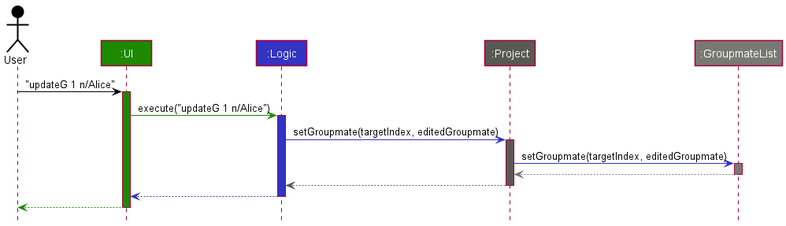
Above: docs/images/UpdateGroupmateCommandSequenceDiagram.png in nus-cs2103-AY2021S2/tp (PlantUML), before the change.
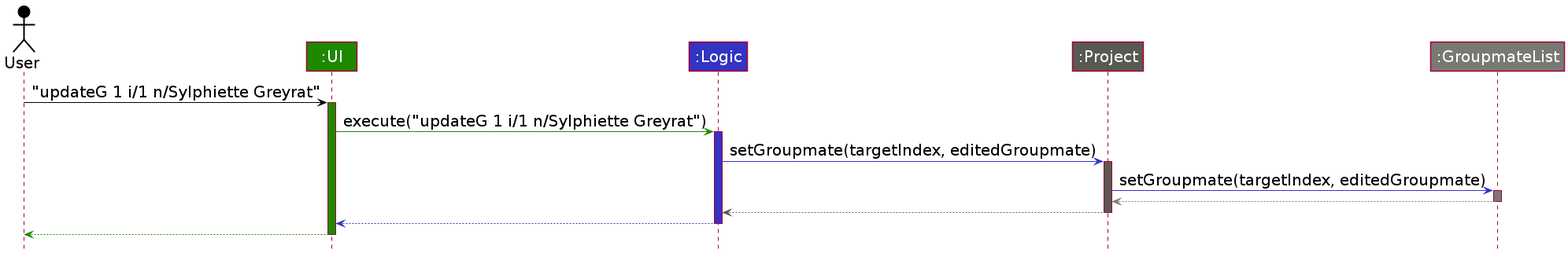
After the change.

Change to the diagram source:
```diff
@@ -1,5 +1,9 @@
 @startuml
 !include style.puml
+
+skinparam ArrowFontSize 20
+skinparam ParticipantFontSize 20
+skinparam ActorFontSize 20
 
 Actor User as user USER_COLOR
 Participant ":UI" as ui UI_COLOR
@@ -7,10 +11,10 @@
 Participant ":Project" as project PROJECT_COLOR
 Participant ":GroupmateList" as groupmatelist GROUPMATELIST_COLOR
 
-user -[USER_COLOR]> ui : "updateG 1 n/Alice"
+user -[USER_COLOR]> ui : "updateG 1 i/1 n/Sylphiette Greyrat"
 activate ui UI_COLOR
 
-ui -[UI_COLOR]> logic : execute("updateG 1 n/Alice")
+ui -[UI_COLOR]> logic : execute("updateG 1 i/1 n/Sylphiette Greyrat")
 activate logic LOGIC_COLOR
 
 logic -[LOGIC_COLOR]> project : setGroupmate(targetIndex, editedGroupmate)
```
